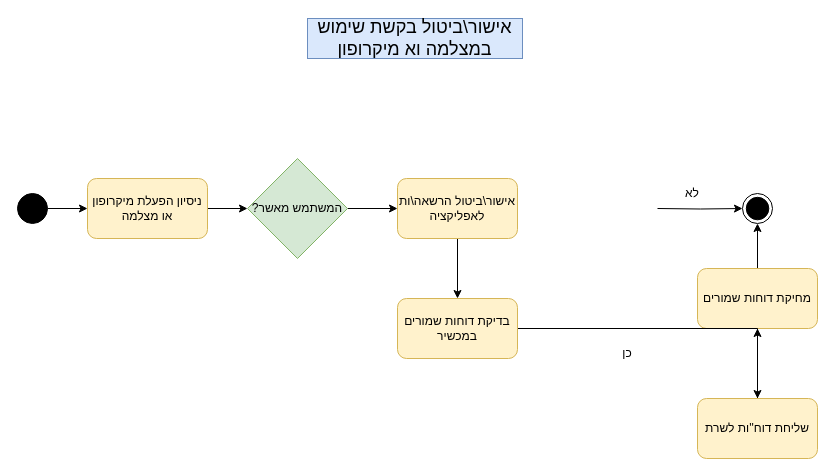
Earlier version of the draw.io diagram SRS/activity_diagrams/Activity_diagram_UC-12.drawio (devmf027/CyberWall). Source tidied: cells renumbered, new cells numbered last; positions are measured from the earlier drawing's top-left corner, leaving out a move shared by most shapes. Both pictures are drawn from the tidied source at 100%, with x=0, y=0 at pixel (17, 18).
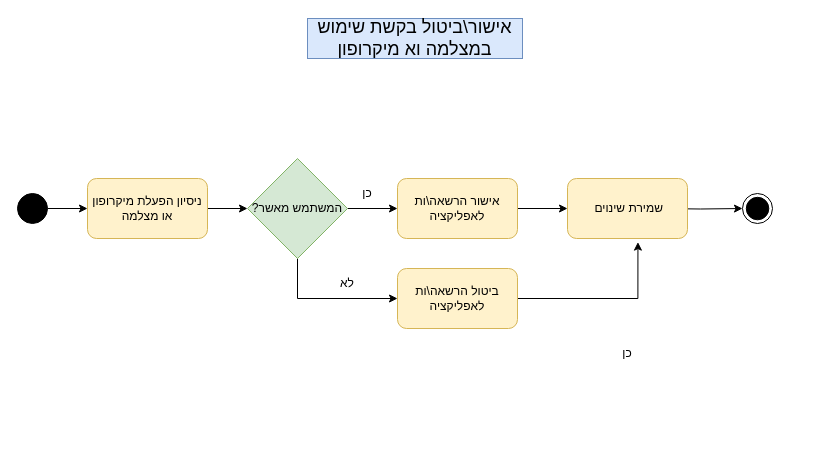
Above is the later version.

Unchanged cells that the change refers to:
```xml
<mxCell id="6" style="ellipse;whiteSpace=wrap;html=1;fillColor=#FFFFFF;fontColor=none;labelBackgroundColor=none;noLabel=1;" parent="1" vertex="1">
  <mxGeometry x="725" y="175" width="30" height="30" as="geometry" />
</mxCell>
```

Change to the diagram source:
```diff
@@
-    <mxCell id="10" value="אישור\ביטול הרשאה\ות לאפליקציה" style="rounded=1;whiteSpace=wrap;html=1;fillColor=#fff2cc;strokeColor=#d6b656;align=center;textDirection=rtl;" parent="1" vertex="1">
+    <mxCell id="10" value="אישור הרשאה\ות לאפליקציה" style="rounded=1;whiteSpace=wrap;html=1;fillColor=#fff2cc;strokeColor=#d6b656;align=center;textDirection=rtl;" parent="1" vertex="1">
       <mxGeometry x="380" y="160" width="120" height="60" as="geometry" />
     </mxCell>
@@
-    <mxCell id="13" style="edgeStyle=orthogonalEdgeStyle;rounded=0;jettySize=auto;html=1;startArrow=none;startFill=0;endArrow=classic;endFill=1;" parent="1" edge="1" source="14" target="16">
-      <mxGeometry relative="1" as="geometry" />
-    </mxCell>
-    <mxCell id="14" value="שליחת דוח''ות לשרת" style="rounded=1;whiteSpace=wrap;html=1;fillColor=#fff2cc;strokeColor=#d6b656;align=center;textDirection=rtl;" parent="1" vertex="1">
-      <mxGeometry x="680" y="380" width="120" height="60" as="geometry" />
-    </mxCell>
-    <mxCell id="15" style="edgeStyle=orthogonalEdgeStyle;rounded=0;jettySize=auto;html=1;startArrow=none;startFill=0;endArrow=classic;endFill=1;entryX=0.5;entryY=1;entryDx=0;entryDy=0;" parent="1" edge="1" source="16" target="6">
-      <mxGeometry relative="1" as="geometry" />
-    </mxCell>
-    <mxCell id="16" value="מחיקת דוחות שמורים" style="rounded=1;whiteSpace=wrap;html=1;fillColor=#fff2cc;strokeColor=#d6b656;align=center;textDirection=rtl;" parent="1" vertex="1">
-      <mxGeometry x="680" y="250" width="120" height="60" as="geometry" />
-    </mxCell>
-    <mxCell id="17" style="edgeStyle=orthogonalEdgeStyle;rounded=0;jettySize=auto;html=1;startArrow=none;startFill=0;endArrow=classic;endFill=1;" parent="1" edge="1" source="18" target="14">
-      <mxGeometry relative="1" as="geometry" />
-    </mxCell>
-    <mxCell id="18" value="בדיקת דוחות שמורים במכשיר" style="rounded=1;whiteSpace=wrap;html=1;fillColor=#fff2cc;strokeColor=#d6b656;align=center;textDirection=rtl;" parent="1" vertex="1">
-      <mxGeometry x="380" y="280" width="120" height="60" as="geometry" />
+    <mxCell id="18" value="שמירת שינוים&amp;nbsp;" style="rounded=1;whiteSpace=wrap;html=1;fillColor=#fff2cc;strokeColor=#d6b656;align=center;textDirection=rtl;" parent="1" vertex="1">
+      <mxGeometry x="550" y="160" width="120" height="60" as="geometry" />
     </mxCell>
+    <mxCell id="20" value="כן" style="text;html=1;strokeColor=none;fillColor=none;align=center;verticalAlign=middle;whiteSpace=wrap;rounded=0;labelBackgroundColor=none;" parent="1" vertex="1">
+      <mxGeometry x="580" y="320" width="60" height="30" as="geometry" />
+    </mxCell>
+    <mxCell id="22" style="edgeStyle=orthogonalEdgeStyle;rounded=0;jettySize=auto;html=1;entryX=0;entryY=0.5;entryDx=0;entryDy=0;exitX=0.5;exitY=1;exitDx=0;exitDy=0;" parent="1" edge="1" source="21" target="24">
+      <mxGeometry relative="1" as="geometry" />
+    </mxCell>
+    <mxCell id="21" value="&lt;font style=&quot;font-size: 12px ; line-height: 0.9&quot;&gt;המשתמש מאשר?&lt;/font&gt;" style="rhombus;whiteSpace=wrap;html=1;fillColor=#d5e8d4;strokeColor=#82b366;textDirection=rtl;" parent="1" vertex="1">
+      <mxGeometry x="230" y="140" width="100" height="100" as="geometry" />
+    </mxCell>
+    <mxCell id="23" style="edgeStyle=orthogonalEdgeStyle;rounded=0;jettySize=auto;html=1;entryX=0.587;entryY=1.06;entryDx=0;entryDy=0;entryPerimeter=0;" parent="1" edge="1" source="24" target="18">
+      <mxGeometry relative="1" as="geometry" />
+    </mxCell>
+    <mxCell id="24" value="ביטול הרשאה\ות לאפליקציה" style="rounded=1;whiteSpace=wrap;html=1;fillColor=#fff2cc;strokeColor=#d6b656;align=center;textDirection=rtl;" parent="1" vertex="1">
+      <mxGeometry x="380" y="250" width="120" height="60" as="geometry" />
+    </mxCell>
+    <mxCell id="25" value="כן" style="text;html=1;strokeColor=none;fillColor=none;align=center;verticalAlign=middle;whiteSpace=wrap;rounded=0;" parent="1" vertex="1">
+      <mxGeometry x="320" y="160" width="60" height="30" as="geometry" />
+    </mxCell>
-    <mxCell id="19" value="לא" style="text;html=1;strokeColor=none;fillColor=none;align=center;verticalAlign=middle;whiteSpace=wrap;rounded=0;labelBackgroundColor=none;" parent="1" vertex="1">
-      <mxGeometry x="645" y="160" width="60" height="30" as="geometry" />
+    <mxCell id="19" value="לא" style="text;html=1;strokeColor=none;fillColor=none;align=center;verticalAlign=middle;whiteSpace=wrap;rounded=0;" parent="1" vertex="1">
+      <mxGeometry x="300" y="250" width="60" height="30" as="geometry" />
     </mxCell>
-    <mxCell id="20" value="כן" style="text;html=1;strokeColor=none;fillColor=none;align=center;verticalAlign=middle;whiteSpace=wrap;rounded=0;labelBackgroundColor=none;" parent="1" vertex="1">
-      <mxGeometry x="580" y="320" width="60" height="30" as="geometry" />
-    </mxCell>
-    <mxCell id="21" value="&lt;font style=&quot;font-size: 12px ; line-height: 0.9&quot;&gt;המשתמש מאשר?&lt;/font&gt;" style="rhombus;whiteSpace=wrap;html=1;fillColor=#d5e8d4;strokeColor=#82b366;textDirection=rtl;" parent="1" vertex="1">
-      <mxGeometry x="230" y="140" width="100" height="100" as="geometry" />
-    </mxCell>
```
